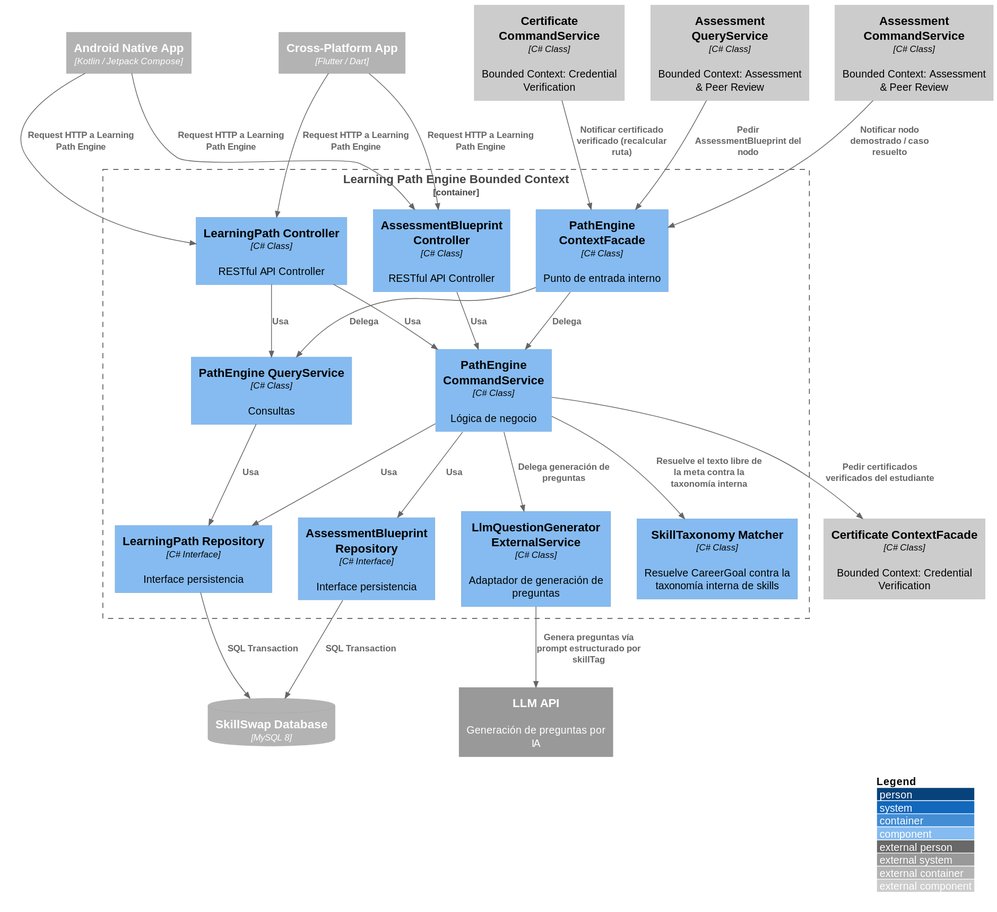
The PlantUML diagram images-doc/LearningPathEngineComponent.svg in Aplicaciones-Dispositivos-Moviles/SkillSwap-ProjectReport, before a commit.
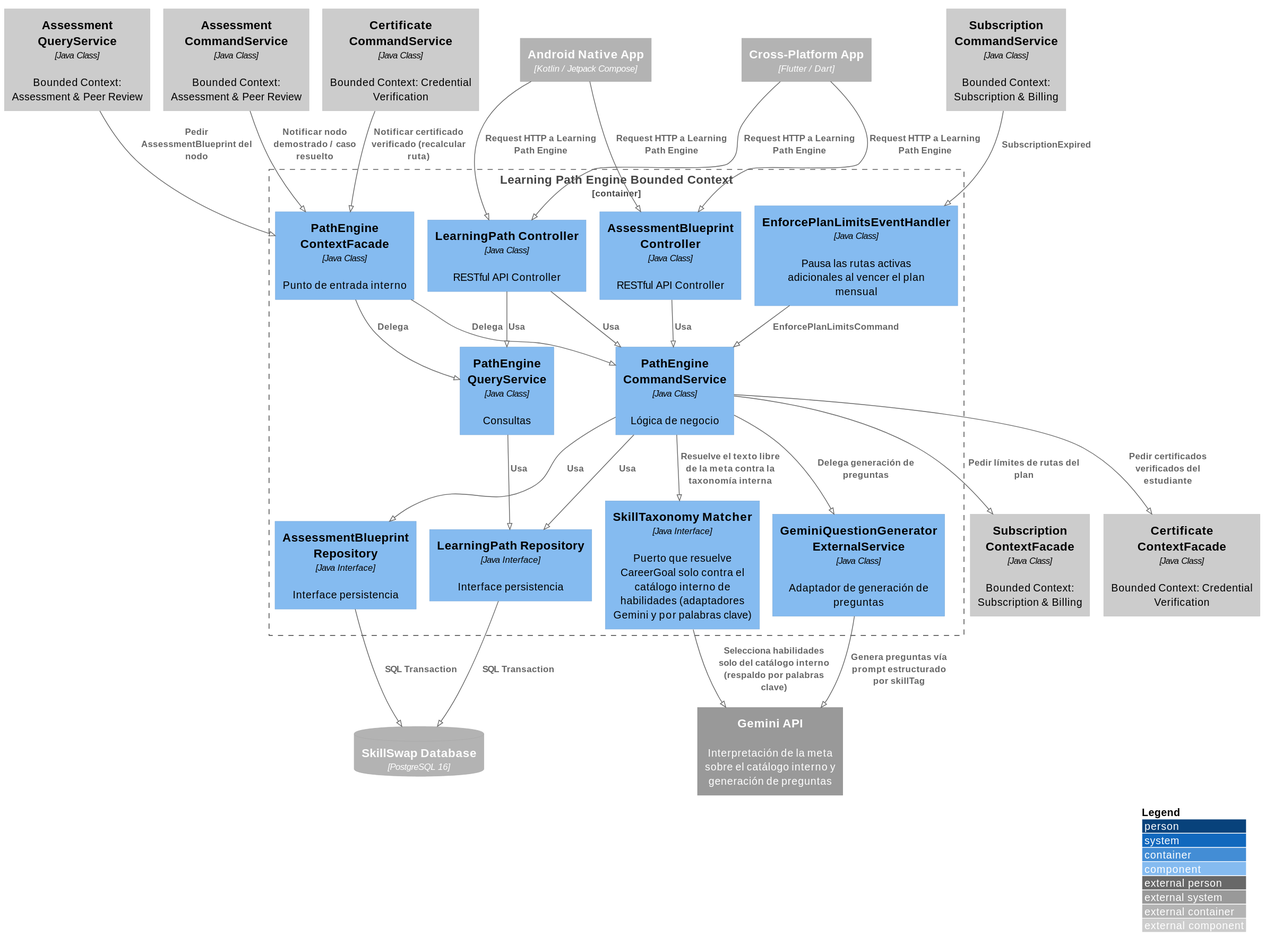
After the commit.

What changed in the source:
```diff
@@ -1,30 +1,34 @@
 @startuml
+!pragma layout smetana
 !include https://raw.githubusercontent.com/plantuml-stdlib/C4-PlantUML/master/C4_Component.puml
 
 LAYOUT_WITH_LEGEND()
 
 Container_Ext(androidApp, "Android Native App", "Kotlin / Jetpack Compose")
 Container_Ext(flutterApp, "Cross-Platform App", "Flutter / Dart")
-ContainerDb_Ext(mainDB, "SkillSwap Database", "MySQL 8")
-System_Ext(llmApi, "LLM API", "Generación de preguntas por IA")
+ContainerDb_Ext(mainDB, "SkillSwap Database", "PostgreSQL 16")
+System_Ext(geminiApi, "Gemini API", "Interpretación de la meta sobre el catálogo interno y generación de preguntas")
 
 Container_Boundary(pathEngineBC, "Learning Path Engine Bounded Context") {
-    Component(learningPathController, "LearningPath Controller", "C# Class", "RESTful API Controller")
-    Component(assessmentBlueprintController, "AssessmentBlueprint Controller", "C# Class", "RESTful API Controller")
-    Component(pathEngineCommandService, "PathEngine CommandService", "C# Class", "Lógica de negocio")
-    Component(pathEngineQueryService, "PathEngine QueryService", "C# Class", "Consultas")
-    Component(skillTaxonomyMatcher, "SkillTaxonomy Matcher", "C# Class", "Resuelve CareerGoal contra la taxonomía interna de skills")
-    Component(learningPathRepository, "LearningPath Repository", "C# Interface", "Interface persistencia")
-    Component(assessmentBlueprintRepository, "AssessmentBlueprint Repository", "C# Interface", "Interface persistencia")
-    Component(llmGeneratorExternal, "LlmQuestionGenerator ExternalService", "C# Class", "Adaptador de generación de preguntas")
-    Component(pathEngineContextFacade, "PathEngine ContextFacade", "C# Class", "Punto de entrada interno")
+    Component(learningPathController, "LearningPath Controller", "Java Class", "RESTful API Controller")
+    Component(assessmentBlueprintController, "AssessmentBlueprint Controller", "Java Class", "RESTful API Controller")
+    Component(pathEngineCommandService, "PathEngine CommandService", "Java Class", "Lógica de negocio")
+    Component(pathEngineQueryService, "PathEngine QueryService", "Java Class", "Consultas")
+    Component(skillTaxonomyMatcher, "SkillTaxonomy Matcher", "Java Interface", "Puerto que resuelve CareerGoal solo contra el catálogo interno de habilidades (adaptadores Gemini y por palabras clave)")
+    Component(learningPathRepository, "LearningPath Repository", "Java Interface", "Interface persistencia")
+    Component(assessmentBlueprintRepository, "AssessmentBlueprint Repository", "Java Interface", "Interface persistencia")
+    Component(llmGeneratorExternal, "GeminiQuestionGenerator ExternalService", "Java Class", "Adaptador de generación de preguntas")
+    Component(enforcePlanLimitsHandler, "EnforcePlanLimitsEventHandler", "Java Class", "Pausa las rutas activas adicionales al vencer el plan mensual")
+    Component(pathEngineContextFacade, "PathEngine ContextFacade", "Java Class", "Punto de entrada interno")
 }
 
-Component_Ext(credentialContextFacade, "Certificate ContextFacade", "C# Class", "Bounded Context: Credential Verification")
-Component_Ext(credentialCommandService, "Certificate CommandService", "C# Class", "Bounded Context: Credential Verification")
+Component_Ext(credentialContextFacade, "Certificate ContextFacade", "Java Class", "Bounded Context: Credential Verification")
+Component_Ext(credentialCommandService, "Certificate CommandService", "Java Class", "Bounded Context: Credential Verification")
 
-Component_Ext(assessmentQueryService, "Assessment QueryService", "C# Class", "Bounded Context: Assessment & Peer Review")
-Component_Ext(assessmentCommandService, "Assessment CommandService", "C# Class", "Bounded Context: Assessment & Peer Review")
+Component_Ext(assessmentQueryService, "Assessment QueryService", "Java Class", "Bounded Context: Assessment & Peer Review")
+Component_Ext(assessmentCommandService, "Assessment CommandService", "Java Class", "Bounded Context: Assessment & Peer Review")
+Component_Ext(subscriptionContextFacade, "Subscription ContextFacade", "Java Class", "Bounded Context: Subscription & Billing")
+Component_Ext(subscriptionCommandService, "Subscription CommandService", "Java Class", "Bounded Context: Subscription & Billing")
 
 Rel(androidApp, learningPathController, "Request HTTP a Learning Path Engine")
 Rel(flutterApp, learningPathController, "Request HTTP a Learning Path Engine")
@@ -43,7 +47,11 @@
 
 Rel(pathEngineCommandService, skillTaxonomyMatcher, "Resuelve el texto libre de la meta contra la taxonomía interna")
 Rel(pathEngineCommandService, llmGeneratorExternal, "Delega generación de preguntas")
-Rel(llmGeneratorExternal, llmApi, "Genera preguntas vía prompt estructurado por skillTag")
+Rel(llmGeneratorExternal, geminiApi, "Genera preguntas vía prompt estructurado por skillTag")
+Rel(skillTaxonomyMatcher, geminiApi, "Selecciona habilidades solo del catálogo interno (respaldo por palabras clave)")
+Rel(pathEngineCommandService, subscriptionContextFacade, "Pedir límites de rutas del plan")
+Rel(subscriptionCommandService, enforcePlanLimitsHandler, "SubscriptionExpired")
+Rel(enforcePlanLimitsHandler, pathEngineCommandService, "EnforcePlanLimitsCommand")
 
 Rel(pathEngineCommandService, credentialContextFacade, "Pedir certificados verificados del estudiante")
 
```
